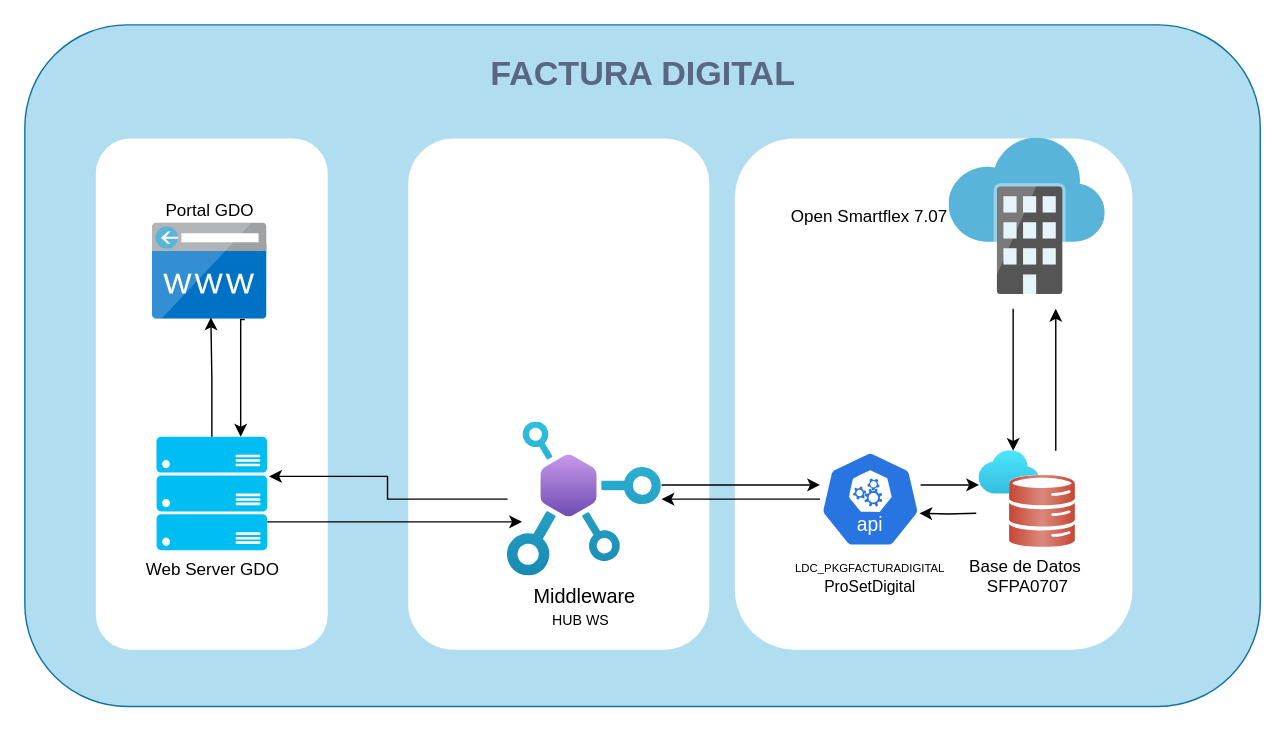
This is Diagrama_Diseño_Aranda_1472.drawio from danieltm1987/Design_arandas_Horbath, a draw.io file, before an edit. Source tidied: cells renumbered, new cells numbered last; positions are measured from the earlier drawing's top-left corner, leaving out a move shared by most shapes. Both pictures are drawn from the tidied source at 142%, with x=0, y=0 at pixel (24, 24).
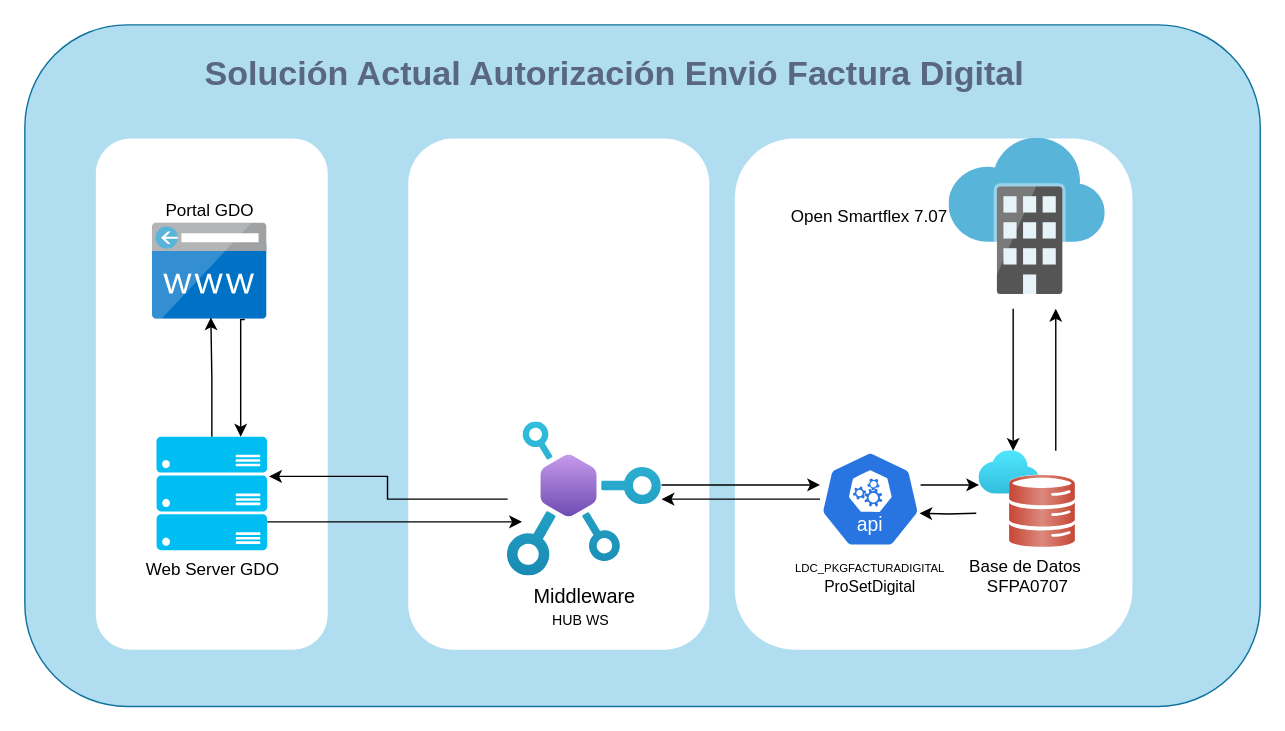
The same diagram, later.

The edit, as a diff of the source:
```diff
@@
-    <mxCell id="22" value="&lt;font style=&quot;font-size: 24px;&quot;&gt;FACTURA DIGITAL&lt;/font&gt;" style="dashed=0;html=1;fillColor=none;strokeColor=none;align=center;rounded=1;arcSize=10;fontColor=#596780;fontStyle=1;fontSize=11;shadow=0;" parent="1" vertex="1">
-      <mxGeometry x="310" y="10" width="250" height="50" as="geometry" />
+    <mxCell id="22" value="&lt;font style=&quot;font-size: 24px;&quot;&gt;Solución Actual Autorización Envió Factura Digital&lt;/font&gt;" style="dashed=0;html=1;fillColor=none;strokeColor=none;align=center;rounded=1;arcSize=10;fontColor=#596780;fontStyle=1;fontSize=11;shadow=0;imageAlign=center;" parent="1" vertex="1">
+      <mxGeometry x="110" y="10" width="610" height="50" as="geometry" />
     </mxCell>
```
